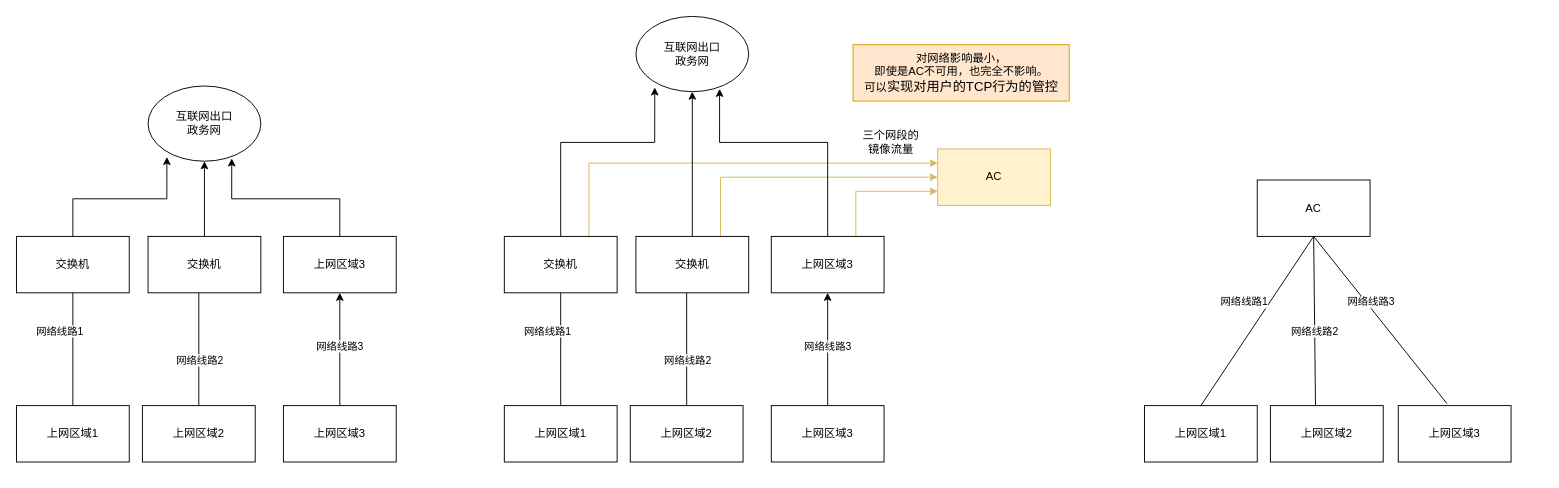
Earlier version of the draw.io diagram src/未命名绘图.drawio (wyaow/drawio). Source tidied: cells renumbered, new cells numbered last; positions are measured from the earlier drawing's top-left corner, leaving out a move shared by most shapes. Both pictures are drawn from the tidied source at 94%, with x=0, y=0 at pixel (16, 16).
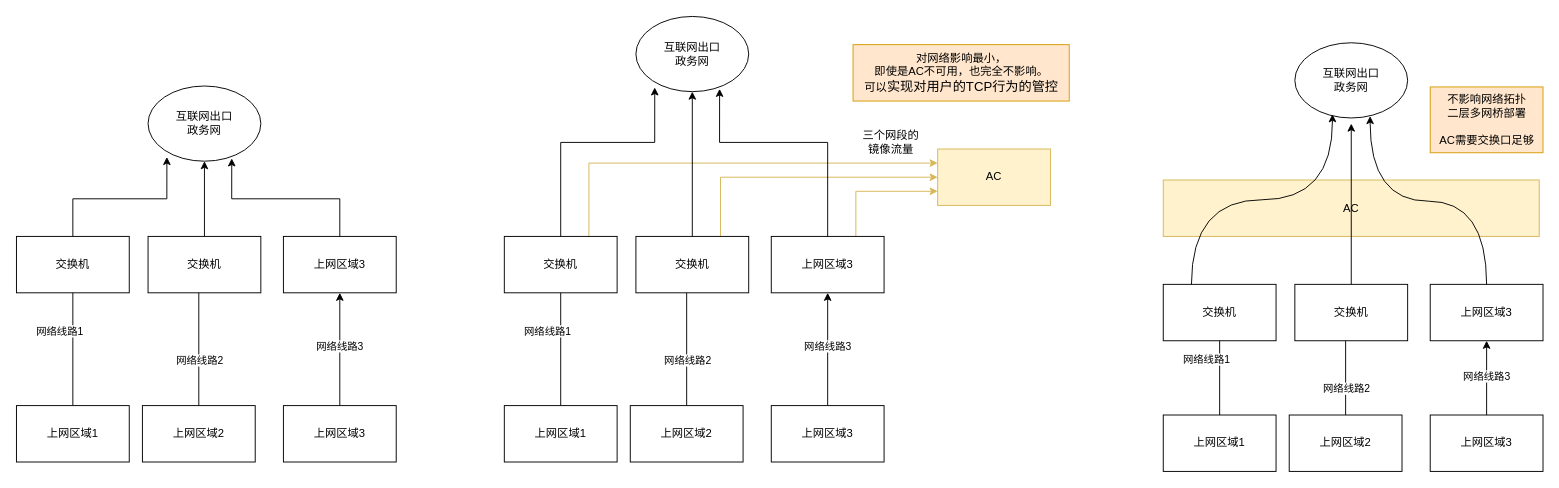
The same diagram, later.

Commit message (it also covers changes not shown here):
更新未命名绘图.drawio

The edit, as a diff of the source:
```diff
@@
-    <mxCell id="12" value="AC" style="rounded=0;whiteSpace=wrap;html=1;" parent="1" vertex="1">
-      <mxGeometry x="1320" y="174" width="120" height="60" as="geometry" />
-    </mxCell>
-    <mxCell id="13" style="endArrow=none;html=1;rounded=0;entryX=0.5;entryY=1;entryDx=0;entryDy=0;exitX=0.5;exitY=0;exitDx=0;exitDy=0;" parent="1" edge="1" source="19" target="12">
-      <mxGeometry relative="1" as="geometry" />
-    </mxCell>
-    <mxCell id="14" value="网络线路1" style="edgeLabel;html=1;align=center;verticalAlign=middle;" parent="13" vertex="1">
-      <mxGeometry y="1" relative="1" as="geometry">
-        <mxPoint x="-14" y="-20" as="offset" />
-      </mxGeometry>
-    </mxCell>
-    <mxCell id="15" style="endArrow=none;html=1;rounded=0;entryX=0.5;entryY=1;entryDx=0;entryDy=0;exitX=0.4;exitY=0.033;exitDx=0;exitDy=0;exitPerimeter=0;" parent="1" edge="1" source="20" target="12">
-      <mxGeometry relative="1" as="geometry" />
-    </mxCell>
-    <mxCell id="16" value="网络线路2" style="edgeLabel;html=1;align=center;verticalAlign=middle;" parent="15" vertex="1">
-      <mxGeometry x="0.02" y="-1" relative="1" as="geometry">
-        <mxPoint x="-1" y="12" as="offset" />
-      </mxGeometry>
-    </mxCell>
-    <mxCell id="17" style="endArrow=none;html=1;rounded=0;entryX=0.5;entryY=1;entryDx=0;entryDy=0;exitX=0.433;exitY=-0.033;exitDx=0;exitDy=0;exitPerimeter=0;" parent="1" edge="1" source="21" target="12">
-      <mxGeometry relative="1" as="geometry" />
-    </mxCell>
-    <mxCell id="18" value="网络线路3" style="edgeLabel;html=1;align=center;verticalAlign=middle;" parent="17" vertex="1">
-      <mxGeometry x="0.08" y="3" relative="1" as="geometry">
-        <mxPoint x="-2" y="-14" as="offset" />
-      </mxGeometry>
-    </mxCell>
-    <mxCell id="19" value="上网区域1" style="rounded=0;whiteSpace=wrap;html=1;" parent="1" vertex="1">
-      <mxGeometry x="1200" y="414" width="120" height="60" as="geometry" />
-    </mxCell>
-    <mxCell id="20" value="上网区域2" style="rounded=0;whiteSpace=wrap;html=1;" parent="1" vertex="1">
-      <mxGeometry x="1334" y="414" width="120" height="60" as="geometry" />
-    </mxCell>
-    <mxCell id="21" value="上网区域3" style="rounded=0;whiteSpace=wrap;html=1;" parent="1" vertex="1">
-      <mxGeometry x="1470" y="414" width="120" height="60" as="geometry" />
-    </mxCell>
@@
+    <mxCell id="50" value="交换机" style="rounded=0;whiteSpace=wrap;html=1;" parent="1" vertex="1">
+      <mxGeometry x="1220" y="285" width="120" height="60" as="geometry" />
+    </mxCell>
+    <mxCell id="51" style="endArrow=none;html=1;rounded=0;entryX=0.5;entryY=1;entryDx=0;entryDy=0;exitX=0.5;exitY=0;exitDx=0;exitDy=0;" parent="1" edge="1" source="19" target="50">
+      <mxGeometry relative="1" as="geometry" />
+    </mxCell>
+    <mxCell id="14" value="网络线路1" style="edgeLabel;html=1;align=center;verticalAlign=middle;" parent="51" vertex="1">
+      <mxGeometry y="1" relative="1" as="geometry">
+        <mxPoint x="-14" y="-20" as="offset" />
+      </mxGeometry>
+    </mxCell>
+    <mxCell id="52" style="endArrow=none;html=1;rounded=0;entryX=0.45;entryY=0.992;entryDx=0;entryDy=0;exitX=0.5;exitY=0;exitDx=0;exitDy=0;entryPerimeter=0;" parent="1" edge="1" source="20" target="55">
+      <mxGeometry relative="1" as="geometry" />
+    </mxCell>
+    <mxCell id="16" value="网络线路2" style="edgeLabel;html=1;align=center;verticalAlign=middle;" parent="52" vertex="1">
+      <mxGeometry x="0.02" y="-1" relative="1" as="geometry">
+        <mxPoint x="-1" y="12" as="offset" />
+      </mxGeometry>
+    </mxCell>
+    <mxCell id="19" value="上网区域1" style="rounded=0;whiteSpace=wrap;html=1;" parent="1" vertex="1">
+      <mxGeometry x="1220" y="424" width="120" height="60" as="geometry" />
+    </mxCell>
+    <mxCell id="20" value="上网区域2" style="rounded=0;whiteSpace=wrap;html=1;" parent="1" vertex="1">
+      <mxGeometry x="1354" y="424" width="120" height="60" as="geometry" />
+    </mxCell>
+    <mxCell id="53" style="edgeStyle=orthogonalEdgeStyle;rounded=0;jettySize=auto;html=1;exitX=0.5;exitY=0;exitDx=0;exitDy=0;entryX=0.5;entryY=1;entryDx=0;entryDy=0;" parent="1" edge="1" source="54" target="57">
+      <mxGeometry relative="1" as="geometry" />
+    </mxCell>
+    <mxCell id="18" value="网络线路3" style="edgeLabel;html=1;align=center;verticalAlign=middle;" parent="53" vertex="1">
+      <mxGeometry x="0.07" y="1" relative="1" as="geometry" />
+    </mxCell>
+    <mxCell id="54" value="上网区域3" style="rounded=0;whiteSpace=wrap;html=1;" parent="1" vertex="1">
+      <mxGeometry x="1504" y="424" width="120" height="60" as="geometry" />
+    </mxCell>
+    <mxCell id="55" value="交换机" style="rounded=0;whiteSpace=wrap;html=1;" parent="1" vertex="1">
+      <mxGeometry x="1360" y="285" width="120" height="60" as="geometry" />
+    </mxCell>
+    <mxCell id="56" value="互联网出口&lt;br&gt;政务网" style="ellipse;whiteSpace=wrap;html=1;" parent="1" vertex="1">
+      <mxGeometry x="1360" y="28" width="120" height="80" as="geometry" />
+    </mxCell>
+    <mxCell id="57" value="上网区域3" style="rounded=0;whiteSpace=wrap;html=1;" parent="1" vertex="1">
+      <mxGeometry x="1504" y="285" width="120" height="60" as="geometry" />
+    </mxCell>
+    <mxCell id="12" value="AC" style="rounded=0;whiteSpace=wrap;html=1;fillColor=#fff2cc;strokeColor=#d6b656;" parent="1" vertex="1">
+      <mxGeometry x="1220" y="174" width="400" height="60" as="geometry" />
+    </mxCell>
+    <mxCell id="58" value="不影响网络拓扑&lt;br&gt;二层多网桥部署&lt;br&gt;&lt;br&gt;AC需要交换口足够" style="text;html=1;align=center;verticalAlign=middle;strokeColor=#d79b00;fillColor=#ffe6cc;" parent="1" vertex="1">
+      <mxGeometry x="1504" y="75" width="120" height="70" as="geometry" />
+    </mxCell>
+    <mxCell id="59" style="edgeStyle=orthogonalEdgeStyle;curved=1;rounded=0;jettySize=auto;html=1;exitX=0.25;exitY=0;exitDx=0;exitDy=0;" parent="1" edge="1" source="50">
+      <mxGeometry relative="1" as="geometry">
+        <mxPoint x="1400" y="104" as="targetPoint" />
+      </mxGeometry>
+    </mxCell>
+    <mxCell id="60" style="edgeStyle=orthogonalEdgeStyle;curved=1;rounded=0;jettySize=auto;html=1;exitX=0.5;exitY=0;exitDx=0;exitDy=0;" parent="1" edge="1" source="55">
+      <mxGeometry relative="1" as="geometry">
+        <mxPoint x="1420" y="114" as="targetPoint" />
+      </mxGeometry>
+    </mxCell>
+    <mxCell id="61" style="edgeStyle=orthogonalEdgeStyle;curved=1;rounded=0;jettySize=auto;html=1;exitX=0.5;exitY=0;exitDx=0;exitDy=0;entryX=0.667;entryY=0.975;entryDx=0;entryDy=0;entryPerimeter=0;" parent="1" edge="1" source="57" target="56">
+      <mxGeometry relative="1" as="geometry" />
+    </mxCell>
```
